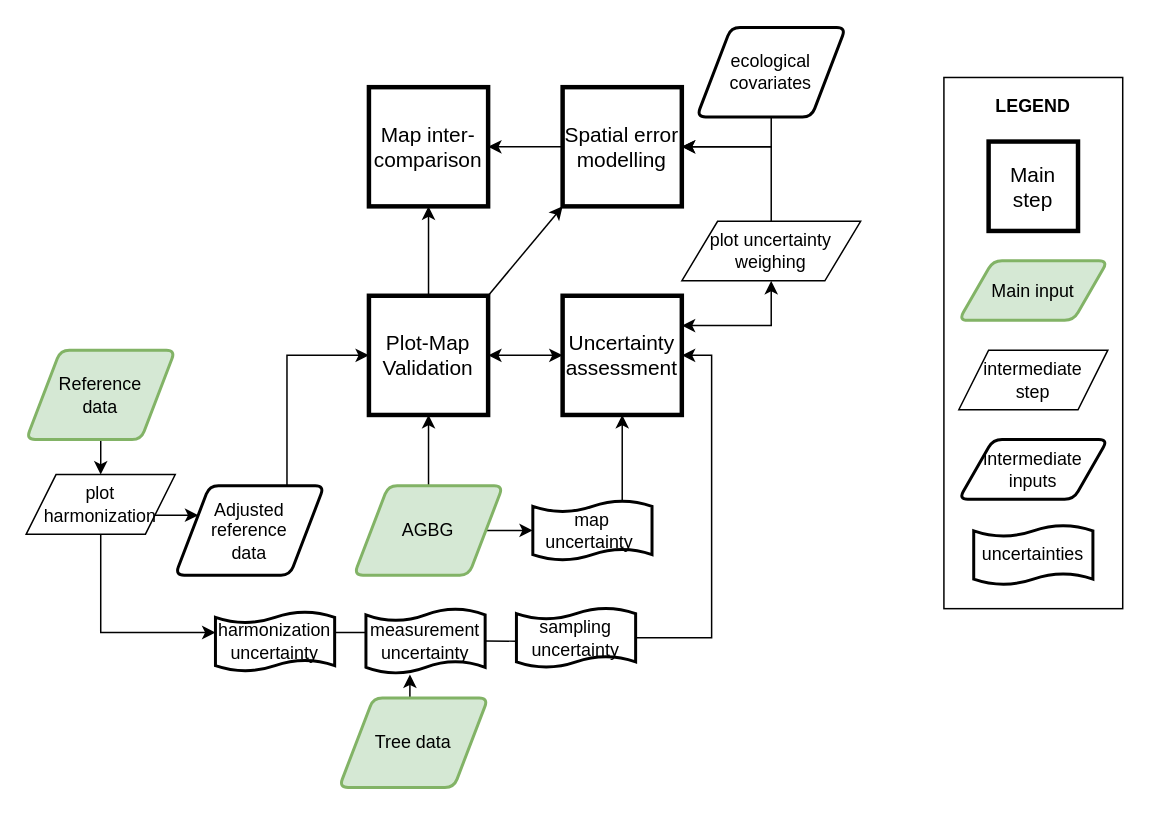
Earlier version of the draw.io diagram Untitled Diagram.drawio (arnanaraza/diagrams). Source tidied: cells renumbered, new cells numbered last; positions are measured from the earlier drawing's top-left corner, leaving out a move shared by most shapes. Both pictures are drawn from the tidied source at 149%, with x=0, y=0 at pixel (25, 27).
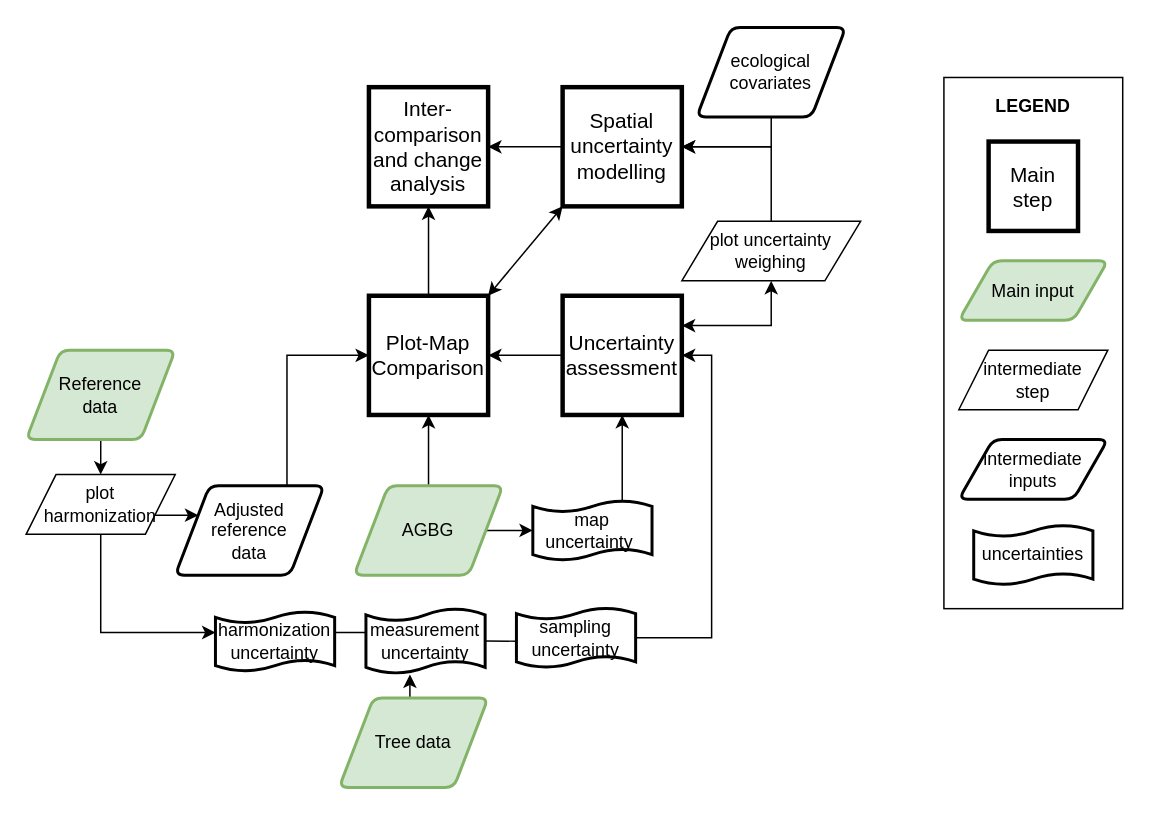
After the change.

The change refers to these unchanged cells:
```xml
<mxCell id="15" value="&lt;font style=&quot;font-size: 14px&quot;&gt;Uncertainty assessment&lt;/font&gt;" style="whiteSpace=wrap;html=1;strokeWidth=3;" parent="1" vertex="1">
  <mxGeometry x="360.1" y="180" width="80" height="80" as="geometry" />
</mxCell>
```

What changed in the source:
```diff
@@
-    <mxCell id="12" value="&lt;span style=&quot;white-space: normal&quot;&gt;&lt;font style=&quot;font-size: 14px&quot;&gt;Spatial error modelling&lt;/font&gt;&lt;/span&gt;" style="whiteSpace=wrap;html=1;strokeWidth=3;" parent="1" vertex="1">
+    <mxCell id="12" value="&lt;span style=&quot;white-space: normal&quot;&gt;&lt;font style=&quot;font-size: 14px&quot;&gt;Spatial uncertainty modelling&lt;/font&gt;&lt;/span&gt;" style="whiteSpace=wrap;html=1;strokeWidth=3;" parent="1" vertex="1">
       <mxGeometry x="360.1" y="40" width="80" height="80" as="geometry" />
     </mxCell>
-    <mxCell id="13" value="&lt;font style=&quot;font-size: 14px&quot;&gt;Map inter-comparison&lt;/font&gt;" style="whiteSpace=wrap;html=1;strokeWidth=3;" parent="1" vertex="1">
+    <mxCell id="13" value="&lt;font style=&quot;font-size: 14px&quot;&gt;Inter-comparison and change analysis&lt;/font&gt;" style="whiteSpace=wrap;html=1;strokeWidth=3;" parent="1" vertex="1">
       <mxGeometry x="230.1" y="40" width="80" height="80" as="geometry" />
     </mxCell>
@@
+    <mxCell id="44" style="edgeStyle=orthogonalEdgeStyle;rounded=0;jettySize=auto;html=1;exitX=0;exitY=0.5;exitDx=0;exitDy=0;entryX=1;entryY=0.5;entryDx=0;entryDy=0;" parent="1" edge="1" source="15" target="18">
+      <mxGeometry relative="1" as="geometry" />
+    </mxCell>
@@
-    <mxCell id="16" style="edgeStyle=orthogonalEdgeStyle;rounded=0;jettySize=auto;html=1;exitX=1;exitY=0.5;exitDx=0;exitDy=0;entryX=0;entryY=0.5;entryDx=0;entryDy=0;startArrow=classic;startFill=1;" parent="1" edge="1" source="18" target="15">
-      <mxGeometry relative="1" as="geometry" />
-    </mxCell>
@@
-    <mxCell id="18" value="&lt;font style=&quot;font-size: 14px&quot;&gt;Plot-Map&lt;br&gt;Validation&lt;/font&gt;" style="whiteSpace=wrap;html=1;strokeWidth=3;" parent="1" vertex="1">
+    <mxCell id="18" value="&lt;font style=&quot;font-size: 14px&quot;&gt;Plot-Map&lt;br&gt;Comparison&lt;/font&gt;" style="whiteSpace=wrap;html=1;strokeWidth=3;" parent="1" vertex="1">
       <mxGeometry x="230.1" y="180" width="80" height="80" as="geometry" />
     </mxCell>
-    <mxCell id="19" style="endArrow=classic;html=1;entryX=0;entryY=1;entryDx=0;entryDy=0;" parent="1" edge="1" target="12">
+    <mxCell id="19" style="endArrow=classic;html=1;entryX=0;entryY=1;entryDx=0;entryDy=0;startArrow=classic;startFill=1;" parent="1" edge="1" target="12">
       <mxGeometry relative="1" as="geometry">
         <mxPoint x="310.1" y="180" as="sourcePoint" />
       </mxGeometry>
     </mxCell>
```
